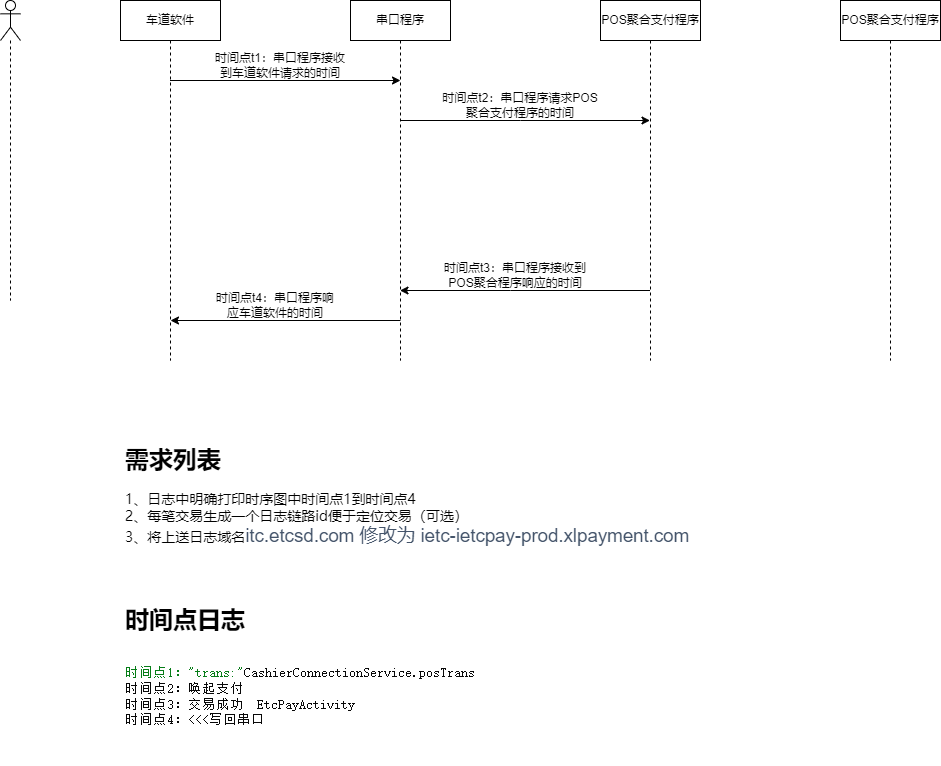
songyibo2019/mydiagrams keeps this draw.io diagram as 无感支付1.png. Above is the earlier version. Source tidied: cells renumbered, new cells last; positions are measured from the earlier drawing's top-left corner, leaving out a move shared by most shapes.
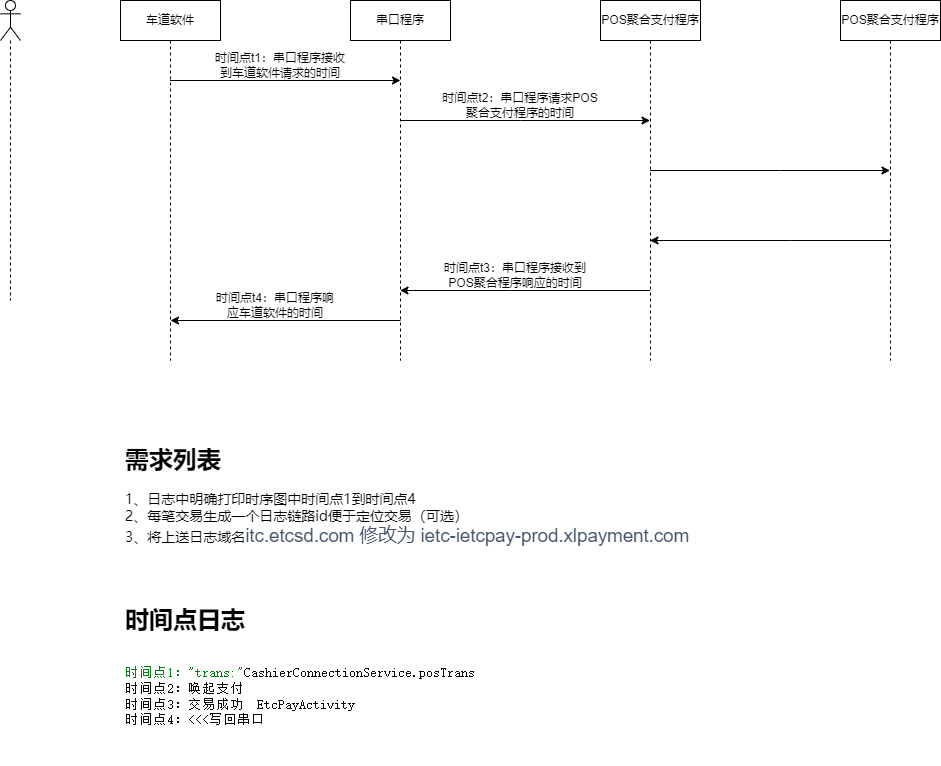
The same file after the commit.

What changed in the source:
```diff
@@ -63,5 +63,19 @@
         </Array>
       </mxGeometry>
     </mxCell>
+    <mxCell id="17" style="endArrow=classic;html=1;rounded=0;" parent="1" edge="1" source="15" target="4">
+      <mxGeometry relative="1" as="geometry">
+        <Array as="points">
+          <mxPoint x="790" y="240" />
+        </Array>
+      </mxGeometry>
+    </mxCell>
+    <mxCell id="18" style="endArrow=classic;html=1;rounded=0;" parent="1" edge="1" source="4" target="15">
+      <mxGeometry relative="1" as="geometry">
+        <Array as="points">
+          <mxPoint x="780" y="170" />
+        </Array>
+      </mxGeometry>
+    </mxCell>
   </root>
 </mxGraphModel>
```
